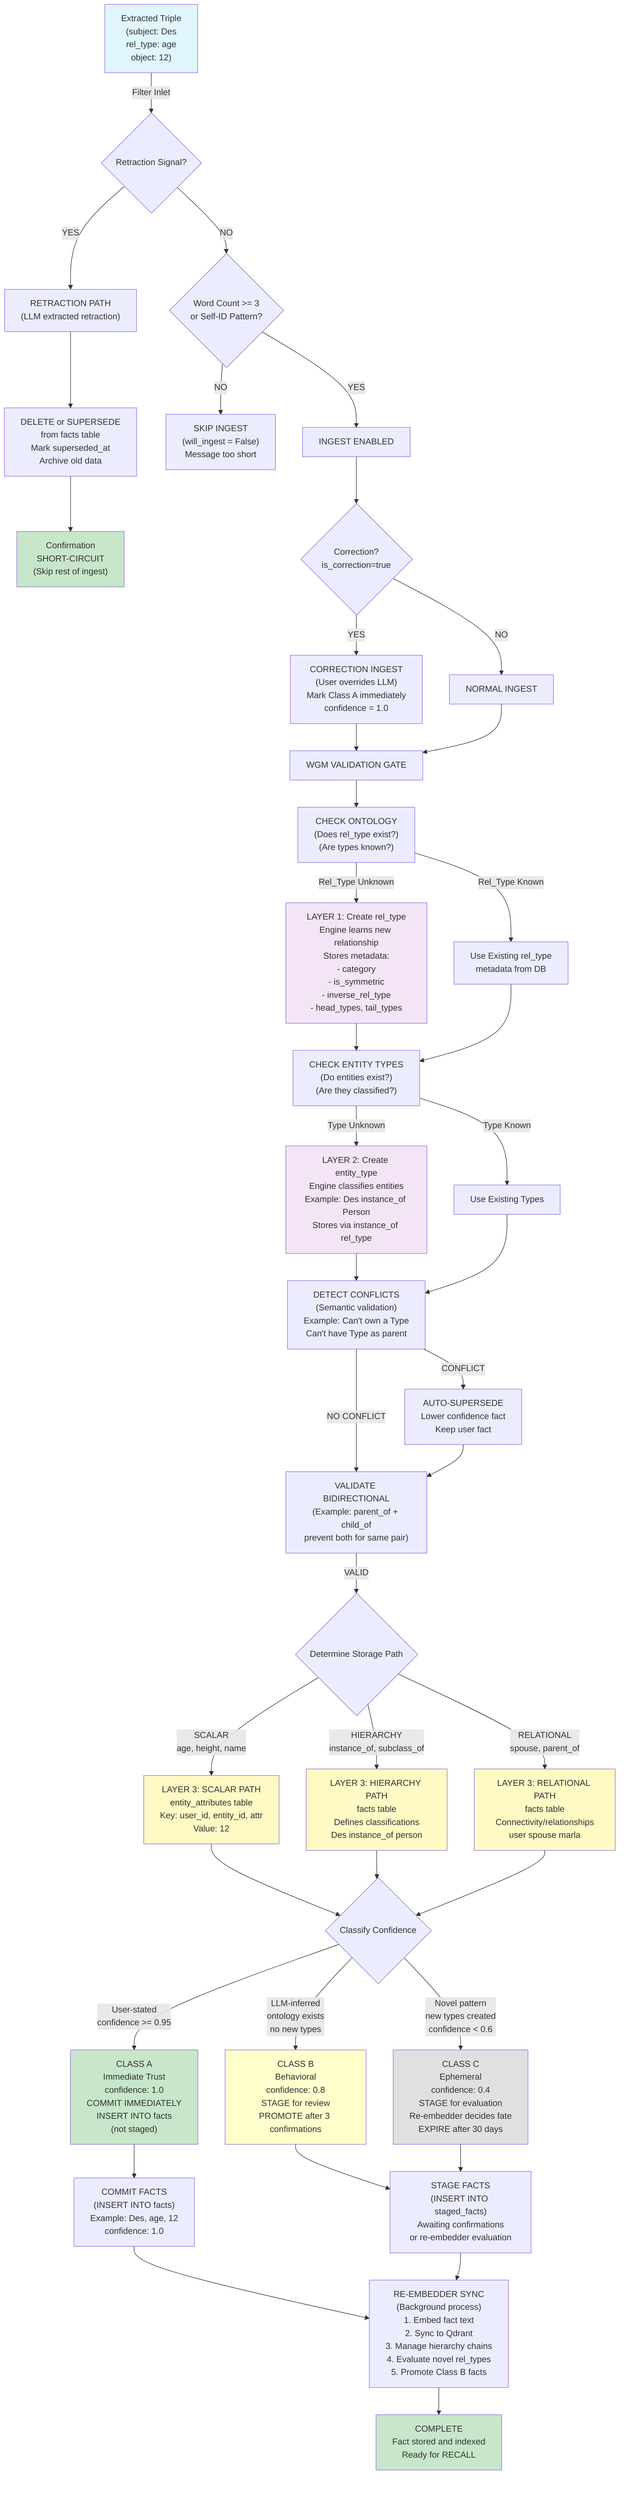
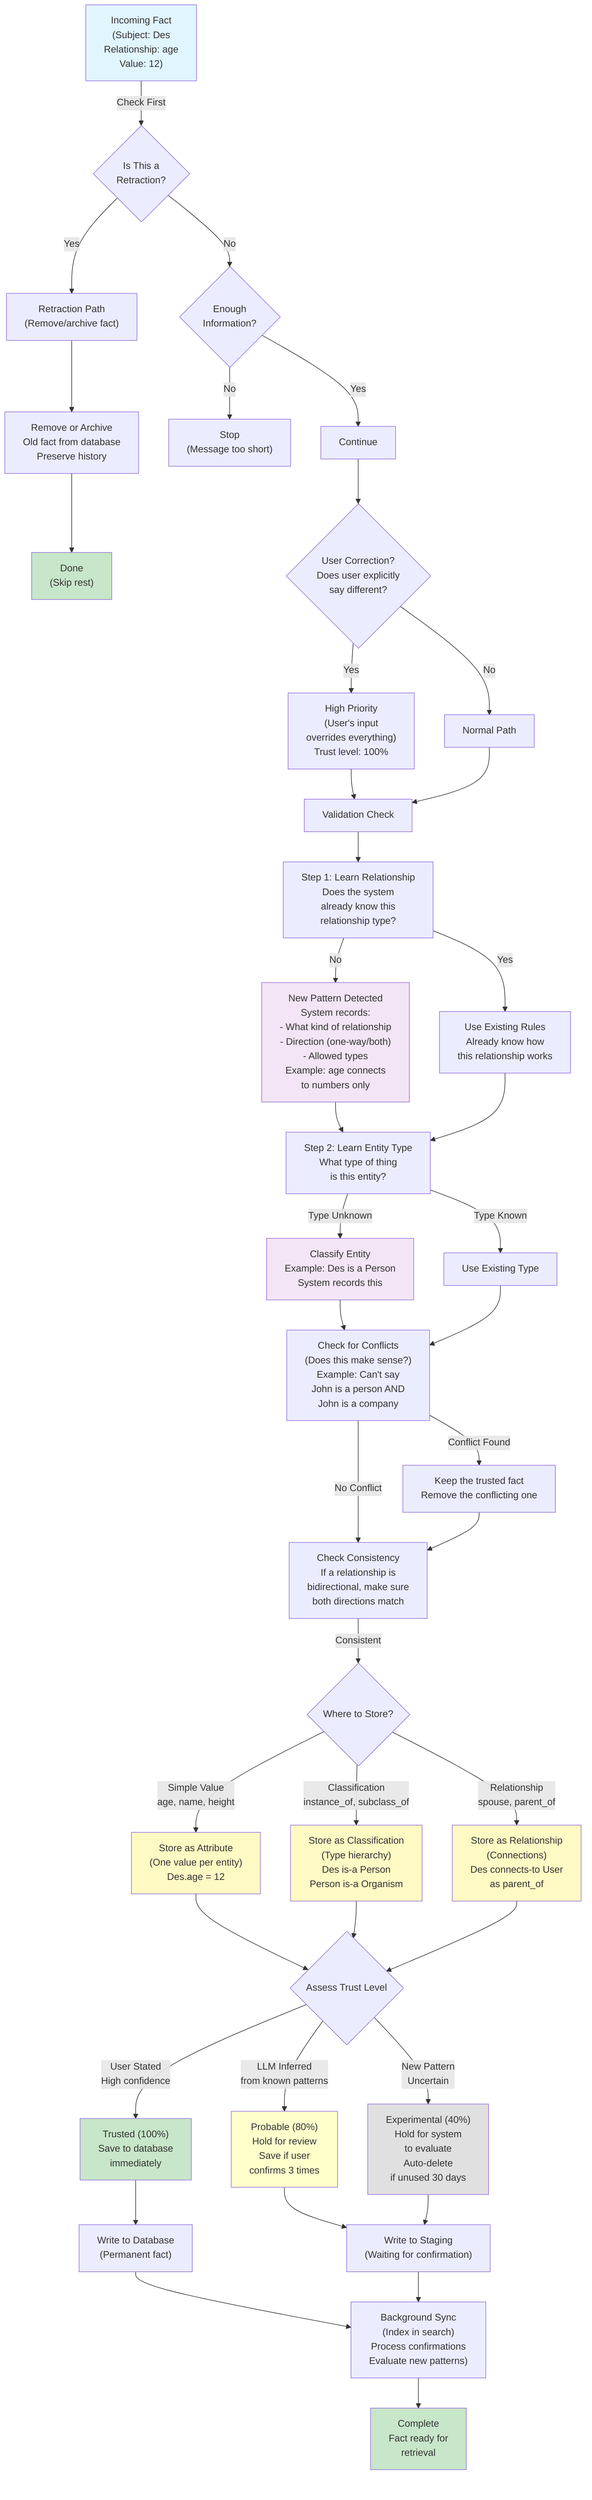
graph TD
-     A["Extracted Triple<br/>(subject: Des<br/>rel_type: age<br/>object: 12)"] -->|Filter Inlet| B{Retraction Signal?}
+     A["Incoming Fact<br/>(Subject: Des<br/>Relationship: age<br/>Value: 12)"] -->|Check First| B{Is This a<br/>Retraction?}

-     B -->|YES| C["RETRACTION PATH<br/>(LLM extracted retraction)"]
-     C --> D["DELETE or SUPERSEDE<br/>from facts table<br/>Mark superseded_at<br/>Archive old data"]
-     D --> E["Confirmation<br/>SHORT-CIRCUIT<br/>(Skip rest of ingest)"]
+     B -->|Yes| C["Retraction Path<br/>(Remove/archive fact)"]
+     C --> D["Remove or Archive<br/>Old fact from database<br/>Preserve history"]
+     D --> E["Done<br/>(Skip rest)"]

-     B -->|NO| F{Word Count >= 3<br/>or Self-ID Pattern?}
-     F -->|NO| G["SKIP INGEST<br/>(will_ingest = False)<br/>Message too short"]
-     F -->|YES| H["INGEST ENABLED"]
+     B -->|No| F{Enough<br/>Information?}
+     F -->|No| G["Stop<br/>(Message too short)"]
+     F -->|Yes| H["Continue"]

-     H --> I{Correction?<br/>is_correction=true}
+     H --> I{User Correction?<br/>Does user explicitly<br/>say different?}

-     I -->|YES| J["CORRECTION INGEST<br/>(User overrides LLM)<br/>Mark Class A immediately<br/>confidence = 1.0"]
+     I -->|Yes| J["High Priority<br/>(User's input<br/>overrides everything)<br/>Trust level: 100%"]

-     I -->|NO| K["NORMAL INGEST"]
+     I -->|No| K["Normal Path"]

-     J --> L["WGM VALIDATION GATE"]
+     J --> L["Validation Check"]
    K --> L

-     L --> M["CHECK ONTOLOGY<br/>(Does rel_type exist?)<br/>(Are types known?)"]
+     L --> M["Step 1: Learn Relationship<br/>Does the system<br/>already know this<br/>relationship type?"]

-     M -->|Rel_Type Unknown| N["LAYER 1: Create rel_type<br/>Engine learns new relationship<br/>Stores metadata:<br/>- category<br/>- is_symmetric<br/>- inverse_rel_type<br/>- head_types, tail_types"]
+     M -->|No| N["New Pattern Detected<br/>System records:<br/>- What kind of relationship<br/>- Direction (one-way/both)<br/>- Allowed types<br/>Example: age connects<br/>to numbers only"]

-     M -->|Rel_Type Known| O["Use Existing rel_type<br/>metadata from DB"]
+     M -->|Yes| O["Use Existing Rules<br/>Already know how<br/>this relationship works"]

-     N --> P["CHECK ENTITY TYPES<br/>(Do entities exist?)<br/>(Are they classified?)"]
+     N --> P["Step 2: Learn Entity Type<br/>What type of thing<br/>is this entity?"]
    O --> P

-     P -->|Type Unknown| Q["LAYER 2: Create entity_type<br/>Engine classifies entities<br/>Example: Des instance_of Person<br/>Stores via instance_of rel_type"]
+     P -->|Type Unknown| Q["Classify Entity<br/>Example: Des is a Person<br/>System records this"]

-     P -->|Type Known| R["Use Existing Types"]
+     P -->|Type Known| R["Use Existing Type"]

-     Q --> S["DETECT CONFLICTS<br/>(Semantic validation)<br/>Example: Can't own a Type<br/>Can't have Type as parent"]
+     Q --> S["Check for Conflicts<br/>(Does this make sense?)<br/>Example: Can't say<br/>John is a person AND<br/>John is a company"]
    R --> S

-     S -->|CONFLICT| T["AUTO-SUPERSEDE<br/>Lower confidence fact<br/>Keep user fact"]
+     S -->|Conflict Found| T["Keep the trusted fact<br/>Remove the conflicting one"]

-     S -->|NO CONFLICT| U["VALIDATE BIDIRECTIONAL<br/>(Example: parent_of + child_of<br/>prevent both for same pair)"]
+     S -->|No Conflict| U["Check Consistency<br/>If a relationship is<br/>bidirectional, make sure<br/>both directions match"]

    T --> U

-     U -->|VALID| V{Determine Storage Path}
+     U -->|Consistent| V{Where to Store?}

-     V -->|SCALAR<br/>age, height, name| W["LAYER 3: SCALAR PATH<br/>entity_attributes table<br/>Key: user_id, entity_id, attr<br/>Value: 12"]
+     V -->|Simple Value<br/>age, name, height| W["Store as Attribute<br/>(One value per entity)<br/>Des.age = 12"]

-     V -->|HIERARCHY<br/>instance_of, subclass_of| X["LAYER 3: HIERARCHY PATH<br/>facts table<br/>Defines classifications<br/>Des instance_of person"]
+     V -->|Classification<br/>instance_of, subclass_of| X["Store as Classification<br/>(Type hierarchy)<br/>Des is-a Person<br/>Person is-a Organism"]

-     V -->|RELATIONAL<br/>spouse, parent_of| Y["LAYER 3: RELATIONAL PATH<br/>facts table<br/>Connectivity/relationships<br/>user spouse marla"]
+     V -->|Relationship<br/>spouse, parent_of| Y["Store as Relationship<br/>(Connections)<br/>Des connects-to User<br/>as parent_of"]

-     W --> Z{Classify Confidence}
+     W --> Z{Assess Trust Level}
    X --> Z
    Y --> Z

-     Z -->|User-stated<br/>confidence >= 0.95| AA["CLASS A<br/>Immediate Trust<br/>confidence: 1.0<br/>COMMIT IMMEDIATELY<br/>INSERT INTO facts<br/>(not staged)"]
+     Z -->|User Stated<br/>High confidence| AA["Trusted (100%)<br/>Save to database<br/>immediately"]

-     Z -->|LLM-inferred<br/>ontology exists<br/>no new types| AB["CLASS B<br/>Behavioral<br/>confidence: 0.8<br/>STAGE for review<br/>PROMOTE after 3 confirmations"]
+     Z -->|LLM Inferred<br/>from known patterns| AB["Probable (80%)<br/>Hold for review<br/>Save if user<br/>confirms 3 times"]

-     Z -->|Novel pattern<br/>new types created<br/>confidence < 0.6| AC["CLASS C<br/>Ephemeral<br/>confidence: 0.4<br/>STAGE for evaluation<br/>Re-embedder decides fate<br/>EXPIRE after 30 days"]
+     Z -->|New Pattern<br/>Uncertain| AC["Experimental (40%)<br/>Hold for system<br/>to evaluate<br/>Auto-delete<br/>if unused 30 days"]

-     AA --> AD["COMMIT FACTS<br/>(INSERT INTO facts)<br/>Example: Des, age, 12<br/>confidence: 1.0"]
-     AB --> AE["STAGE FACTS<br/>(INSERT INTO staged_facts)<br/>Awaiting confirmations<br/>or re-embedder evaluation"]
+     AA --> AD["Write to Database<br/>(Permanent fact)"]
+     AB --> AE["Write to Staging<br/>(Waiting for confirmation)"]
    AC --> AE

-     AD --> AF["RE-EMBEDDER SYNC<br/>(Background process)<br/>1. Embed fact text<br/>2. Sync to Qdrant<br/>3. Manage hierarchy chains<br/>4. Evaluate novel rel_types<br/>5. Promote Class B facts"]
+     AD --> AF["Background Sync<br/>(Index in search)<br/>Process confirmations<br/>Evaluate new patterns)"]
    AE --> AF

-     AF --> AG["COMPLETE<br/>Fact stored and indexed<br/>Ready for RECALL"]
+     AF --> AG["Complete<br/>Fact ready for<br/>retrieval"]

    style A fill:#e1f5ff
    style E fill:#c8e6c9
    style N fill:#f3e5f5
    style Q fill:#f3e5f5
    style W fill:#fff9c4
    style X fill:#fff9c4
    style Y fill:#fff9c4
    style AA fill:#c8e6c9
    style AB fill:#ffffcc
    style AC fill:#e0e0e0
    style AG fill:#c8e6c9
